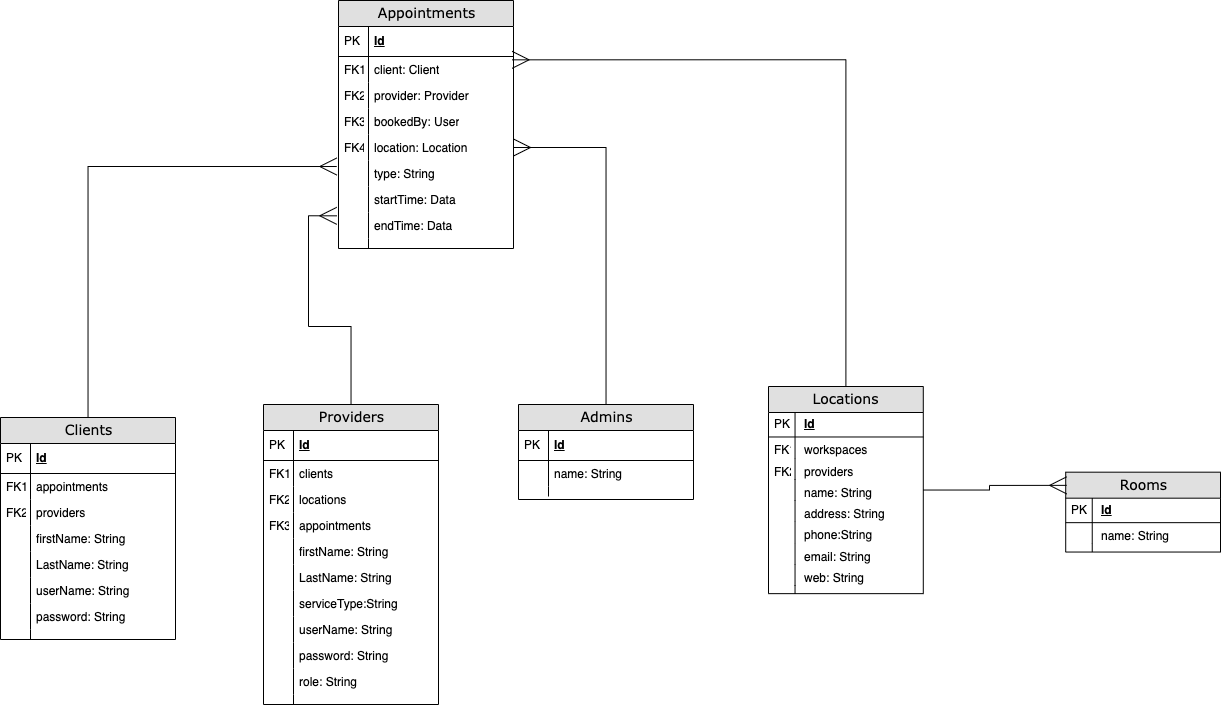
Before: planning/2_diagrams/Appointment Management - Table Diagram.png, a diagram exported from draw.io (ccx1010sky/providers_clients). Source tidied: cells renumbered, new cells last; positions are measured from the earlier drawing's top-left corner, leaving out a move shared by most shapes.
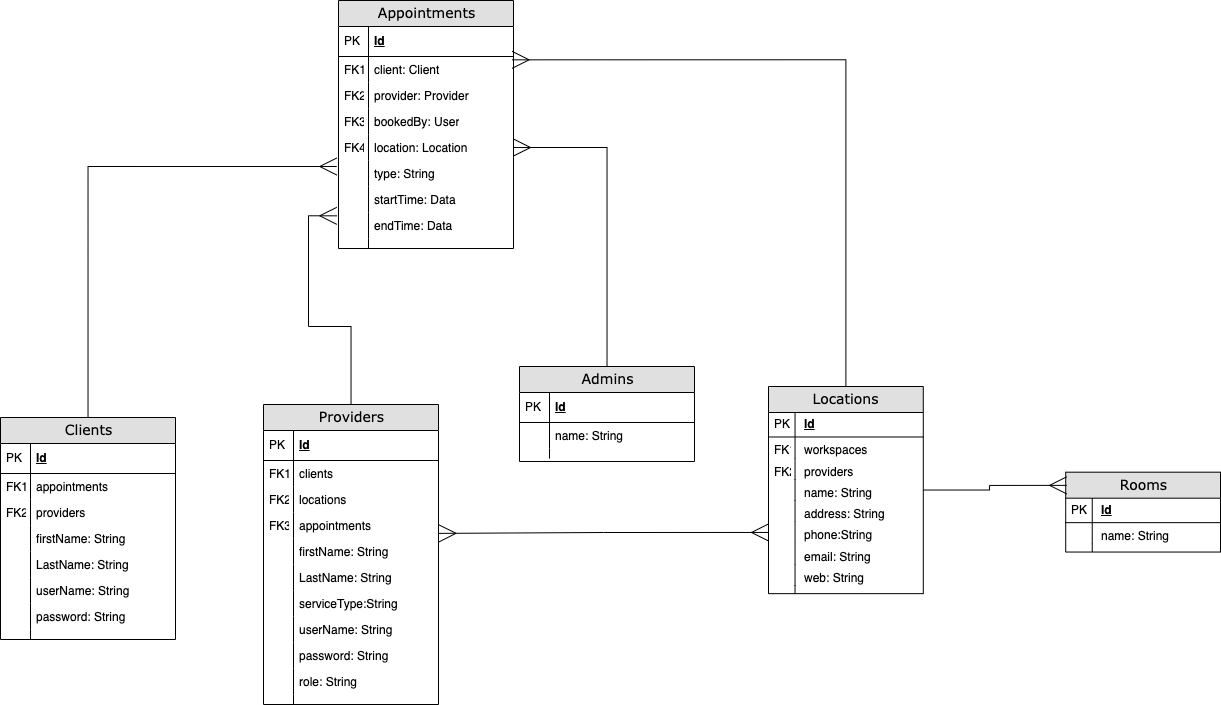
Later version of the same file.

Commit message:
Planning - updated diagrams

The edit, as a diff of the source:
```diff
@@ -63,7 +63,7 @@
       <mxGeometry relative="1" as="geometry" />
     </mxCell>
     <mxCell id="22" value="Admins" style="swimlane;html=1;fontStyle=0;horizontal=1;startSize=26;fillColor=#e0e0e0;swimlaneFillColor=#ffffff;align=center;rounded=0;shadow=0;comic=0;labelBackgroundColor=none;strokeWidth=1;fontFamily=Verdana;fontSize=14;" parent="1" vertex="1">
-      <mxGeometry x="518" y="404" width="175" height="95" as="geometry" />
+      <mxGeometry x="519" y="366" width="175" height="95" as="geometry" />
     </mxCell>
     <mxCell id="23" value="Id" style="shape=partialRectangle;top=0;left=0;right=0;bottom=1;html=1;align=left;verticalAlign=middle;fillColor=none;spacingLeft=34;spacingRight=4;whiteSpace=wrap;overflow=hidden;fontStyle=5;" parent="22" vertex="1">
       <mxGeometry y="26" width="175" height="30" as="geometry" />
@@ -296,5 +296,8 @@
     <mxCell id="99" style="edgeStyle=orthogonalEdgeStyle;rounded=0;jettySize=auto;html=1;entryX=0.992;entryY=0.128;entryDx=0;entryDy=0;entryPerimeter=0;startArrow=none;startFill=0;endArrow=ERmany;endFill=0;startSize=15;endSize=15;targetPerimeterSpacing=0;strokeWidth=1;" parent="1" edge="1" source="72" target="5">
       <mxGeometry relative="1" as="geometry" />
     </mxCell>
+    <mxCell id="100" style="edgeStyle=orthogonalEdgeStyle;rounded=0;jettySize=auto;html=1;exitX=0;exitY=0.5;exitDx=0;exitDy=0;entryX=1.003;entryY=0.803;entryDx=0;entryDy=0;entryPerimeter=0;startArrow=ERmany;startFill=0;endArrow=ERmany;endFill=0;startSize=15;endSize=15;targetPerimeterSpacing=0;strokeWidth=1;" parent="1" edge="1" source="83" target="55">
+      <mxGeometry relative="1" as="geometry" />
+    </mxCell>
   </root>
 </mxGraphModel>
```
